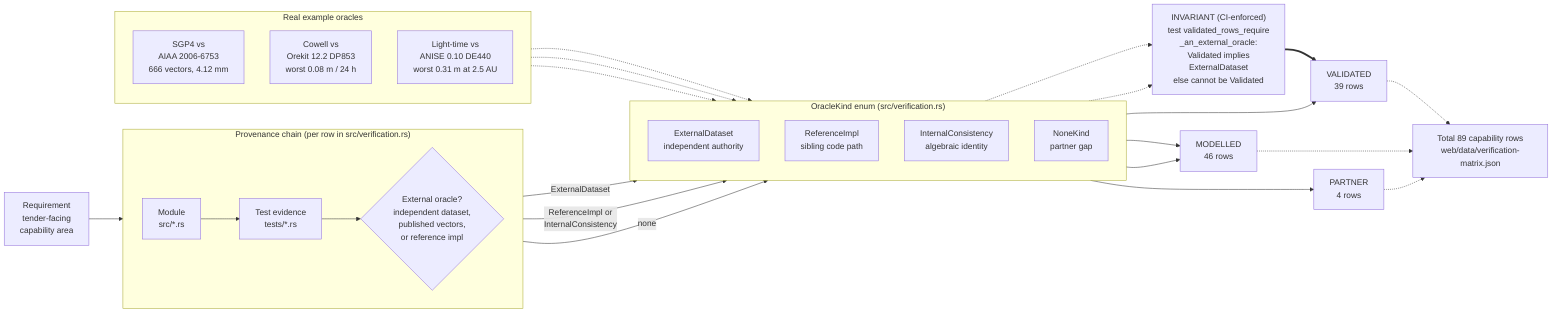
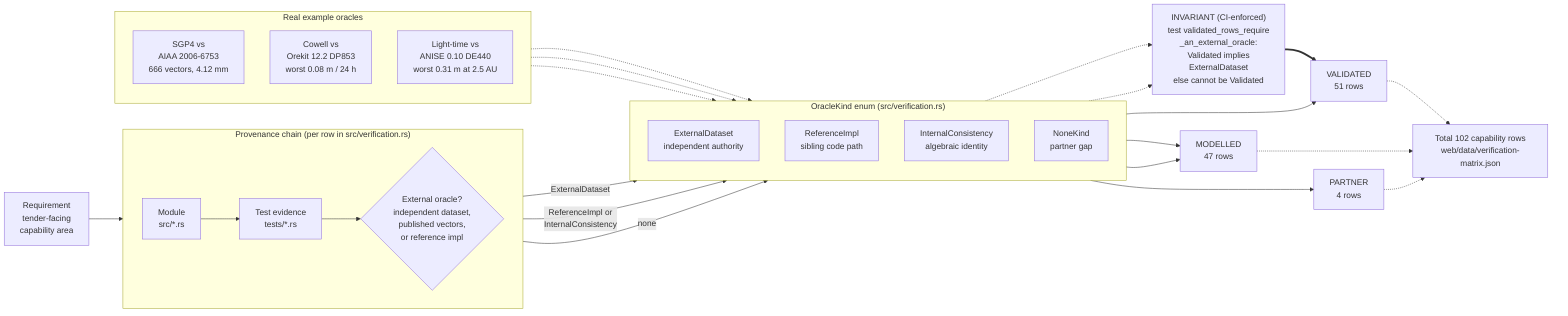
flowchart LR
    REQ["Requirement<br/>tender-facing<br/>capability area"]

    subgraph CHAIN["Provenance chain (per row in src/verification.rs)"]
        direction LR
        MOD["Module<br/>src/*.rs"]
        TST["Test evidence<br/>tests/*.rs"]
        ORA{"External oracle?<br/>independent dataset,<br/>published vectors,<br/>or reference impl"}
    end

    REQ --> MOD --> TST --> ORA

    subgraph KINDS["OracleKind enum (src/verification.rs)"]
        direction TD
        EXT["ExternalDataset<br/>independent authority"]
        REF["ReferenceImpl<br/>sibling code path"]
        INT["InternalConsistency<br/>algebraic identity"]
        NON["NoneKind<br/>partner gap"]
    end

    ORA -->|ExternalDataset| EXT
    ORA -->|"ReferenceImpl or<br/>InternalConsistency"| INT
    ORA -->|none| NON

    GUARD["INVARIANT (CI-enforced)<br/>test validated_rows_require<br/>_an_external_oracle:<br/>Validated implies<br/>ExternalDataset<br/>else cannot be Validated"]
    EXT -.-> GUARD
    INT -.-> GUARD

-     EXT --> VAL["VALIDATED<br/>39 rows"]
-     REF --> MDL["MODELLED<br/>46 rows"]
+     EXT --> VAL["VALIDATED<br/>51 rows"]
+     REF --> MDL["MODELLED<br/>47 rows"]
    INT --> MDL
    NON --> PRT["PARTNER<br/>4 rows"]
    GUARD ==> VAL

    subgraph EX["Real example oracles"]
        direction TD
        E1["SGP4 vs<br/>AIAA 2006-6753<br/>666 vectors, 4.12 mm"]
        E2["Cowell vs<br/>Orekit 12.2 DP853<br/>worst 0.08 m / 24 h"]
        E3["Light-time vs<br/>ANISE 0.10 DE440<br/>worst 0.31 m at 2.5 AU"]
    end

    E1 -.-> EXT
    E2 -.-> EXT
    E3 -.-> EXT

-     TOTAL["Total 89 capability rows<br/>web/data/verification-matrix.json"]
+     TOTAL["Total 102 capability rows<br/>web/data/verification-matrix.json"]
    VAL -.-> TOTAL
    MDL -.-> TOTAL
    PRT -.-> TOTAL
